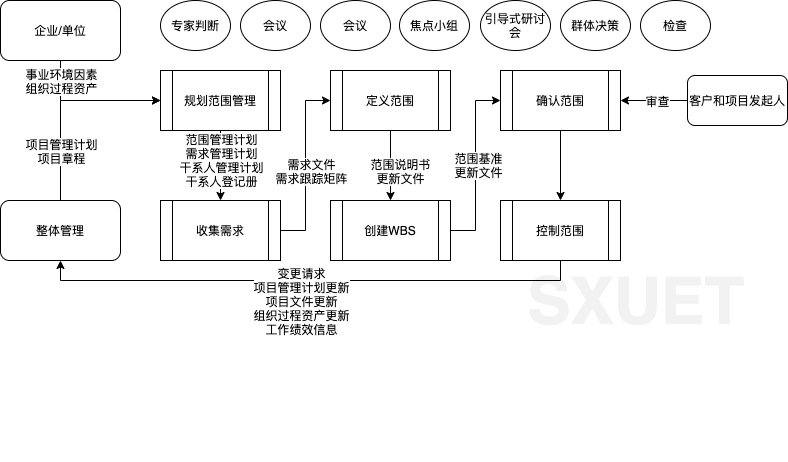
Above: 信息系统项目管理师/范围管理过程.png in 1065464173/draw-rep (draw.io), before the change. Source tidied: cells renumbered, new cells last; positions are measured from the earlier drawing's top-left corner, leaving out a move shared by most shapes. The source it was exported from:
```xml
<mxGraphModel>
  <root>
    <mxCell id="0" />
    <mxCell id="1" parent="0" />
    <mxCell id="2" value="&lt;h1 style=&quot;font-size: 65px&quot;&gt;&lt;font style=&quot;vertical-align: inherit ; font-size: 65px&quot;&gt;&lt;font style=&quot;vertical-align: inherit ; font-size: 65px&quot;&gt;&lt;b&gt;&lt;font style=&quot;vertical-align: inherit ; font-size: 65px&quot;&gt;&lt;font style=&quot;vertical-align: inherit ; font-size: 65px&quot;&gt;&lt;font style=&quot;vertical-align: inherit ; font-size: 65px&quot;&gt;&lt;font style=&quot;vertical-align: inherit ; font-size: 65px&quot;&gt;&lt;font style=&quot;vertical-align: inherit ; font-size: 65px&quot;&gt;&lt;font style=&quot;vertical-align: inherit ; font-size: 65px&quot;&gt;&lt;font style=&quot;vertical-align: inherit ; font-size: 65px&quot;&gt;&lt;font style=&quot;vertical-align: inherit ; font-size: 65px&quot; color=&quot;#f2f2f2&quot;&gt;SXUET&lt;/font&gt;&lt;/font&gt;&lt;/font&gt;&lt;/font&gt;&lt;/font&gt;&lt;/font&gt;&lt;/font&gt;&lt;/font&gt;&lt;/b&gt;&lt;/font&gt;&lt;/font&gt;&lt;/h1&gt;&lt;font style=&quot;vertical-align: inherit ; font-size: 65px&quot;&gt;&lt;font style=&quot;vertical-align: inherit ; font-size: 65px&quot;&gt;&lt;br&gt;&lt;/font&gt;&lt;/font&gt;" style="text;html=1;align=center;verticalAlign=middle;strokeColor=none;fillColor=none;rotation=0;rounded=0;" parent="1" vertex="1">
      <mxGeometry x="520" y="270" width="230" height="140" as="geometry" />
    </mxCell>
    <mxCell id="3" style="edgeStyle=orthogonalEdgeStyle;rounded=0;jettySize=auto;html=1;exitX=0.5;exitY=1;exitDx=0;exitDy=0;" parent="1" edge="1" source="5" target="8">
      <mxGeometry relative="1" as="geometry" />
    </mxCell>
    <mxCell id="4" value="范围管理计划&lt;br&gt;需求管理计划&lt;br&gt;干系人管理计划&lt;br&gt;干系人登记册" style="edgeLabel;html=1;align=center;verticalAlign=middle;" parent="3" vertex="1">
      <mxGeometry x="-0.17" y="3" relative="1" as="geometry">
        <mxPoint x="-3" as="offset" />
      </mxGeometry>
    </mxCell>
    <mxCell id="5" value="规划范围管理" style="shape=process;whiteSpace=wrap;html=1;backgroundOutline=1;" parent="1" vertex="1">
      <mxGeometry x="160" y="70" width="120" height="60" as="geometry" />
    </mxCell>
    <mxCell id="6" style="edgeStyle=orthogonalEdgeStyle;rounded=0;jettySize=auto;html=1;entryX=0;entryY=0.5;entryDx=0;entryDy=0;" parent="1" edge="1" source="8" target="11">
      <mxGeometry relative="1" as="geometry" />
    </mxCell>
    <mxCell id="7" value="需求文件&lt;br&gt;需求跟踪矩阵" style="edgeLabel;html=1;align=center;verticalAlign=middle;" parent="6" vertex="1">
      <mxGeometry x="-0.06" y="2" relative="1" as="geometry">
        <mxPoint x="7" as="offset" />
      </mxGeometry>
    </mxCell>
    <mxCell id="8" value="收集需求" style="shape=process;whiteSpace=wrap;html=1;backgroundOutline=1;" parent="1" vertex="1">
      <mxGeometry x="160" y="200" width="120" height="60" as="geometry" />
    </mxCell>
    <mxCell id="9" style="edgeStyle=orthogonalEdgeStyle;rounded=0;jettySize=auto;html=1;entryX=0.5;entryY=0;entryDx=0;entryDy=0;" parent="1" edge="1" source="11" target="14">
      <mxGeometry relative="1" as="geometry" />
    </mxCell>
    <mxCell id="10" value="范围说明书&lt;br&gt;更新文件" style="edgeLabel;html=1;align=center;verticalAlign=middle;" parent="9" vertex="1">
      <mxGeometry x="-0.29" y="-4" relative="1" as="geometry">
        <mxPoint x="13" y="15" as="offset" />
      </mxGeometry>
    </mxCell>
    <mxCell id="11" value="定义范围" style="shape=process;whiteSpace=wrap;html=1;backgroundOutline=1;" parent="1" vertex="1">
      <mxGeometry x="330" y="70" width="120" height="60" as="geometry" />
    </mxCell>
    <mxCell id="12" style="edgeStyle=orthogonalEdgeStyle;rounded=0;jettySize=auto;html=1;exitX=1;exitY=0.5;exitDx=0;exitDy=0;entryX=0;entryY=0.5;entryDx=0;entryDy=0;" parent="1" edge="1" source="14" target="19">
      <mxGeometry relative="1" as="geometry" />
    </mxCell>
    <mxCell id="13" value="范围基准&lt;br&gt;更新文件" style="edgeLabel;html=1;align=center;verticalAlign=middle;" parent="12" vertex="1">
      <mxGeometry x="0.01" y="-2" relative="1" as="geometry" />
    </mxCell>
    <mxCell id="14" value="创建WBS" style="shape=process;whiteSpace=wrap;html=1;backgroundOutline=1;" parent="1" vertex="1">
      <mxGeometry x="330" y="200" width="120" height="60" as="geometry" />
    </mxCell>
    <mxCell id="15" style="edgeStyle=orthogonalEdgeStyle;rounded=0;jettySize=auto;html=1;entryX=0.5;entryY=1;entryDx=0;entryDy=0;" parent="1" edge="1" source="17" target="22">
      <mxGeometry relative="1" as="geometry">
        <Array as="points">
          <mxPoint x="560" y="280" />
          <mxPoint x="60" y="280" />
        </Array>
      </mxGeometry>
    </mxCell>
    <mxCell id="16" value="变更请求&lt;br&gt;项目管理计划更新&lt;br&gt;项目文件更新&lt;br&gt;组织过程资产更新&lt;br&gt;工作绩效信息" style="edgeLabel;html=1;align=center;verticalAlign=middle;" parent="15" vertex="1">
      <mxGeometry x="-0.06" y="3" relative="1" as="geometry">
        <mxPoint x="-26" y="17" as="offset" />
      </mxGeometry>
    </mxCell>
    <mxCell id="17" value="控制范围" style="shape=process;whiteSpace=wrap;html=1;backgroundOutline=1;" parent="1" vertex="1">
      <mxGeometry x="500" y="200" width="120" height="60" as="geometry" />
    </mxCell>
    <mxCell id="18" style="edgeStyle=orthogonalEdgeStyle;rounded=0;jettySize=auto;html=1;entryX=0.5;entryY=0;entryDx=0;entryDy=0;" parent="1" edge="1" source="19" target="17">
      <mxGeometry relative="1" as="geometry" />
    </mxCell>
    <mxCell id="19" value="确认范围" style="shape=process;whiteSpace=wrap;html=1;backgroundOutline=1;" parent="1" vertex="1">
      <mxGeometry x="500" y="70" width="120" height="60" as="geometry" />
    </mxCell>
    <mxCell id="20" style="edgeStyle=orthogonalEdgeStyle;rounded=0;jettySize=auto;html=1;entryX=0;entryY=0.5;entryDx=0;entryDy=0;exitX=0.5;exitY=0;exitDx=0;exitDy=0;" parent="1" edge="1" source="22" target="5">
      <mxGeometry relative="1" as="geometry">
        <Array as="points">
          <mxPoint x="60" y="100" />
        </Array>
      </mxGeometry>
    </mxCell>
    <mxCell id="21" value="项目管理计划&lt;br&gt;项目章程" style="edgeLabel;html=1;align=center;verticalAlign=middle;" parent="20" vertex="1">
      <mxGeometry x="-0.67" y="1" relative="1" as="geometry">
        <mxPoint x="1" y="-17" as="offset" />
      </mxGeometry>
    </mxCell>
    <mxCell id="22" value="整体管理" style="rounded=1;whiteSpace=wrap;html=1;" parent="1" vertex="1">
      <mxGeometry y="200" width="120" height="60" as="geometry" />
    </mxCell>
    <mxCell id="23" style="edgeStyle=orthogonalEdgeStyle;rounded=0;jettySize=auto;html=1;entryX=0;entryY=0.5;entryDx=0;entryDy=0;" parent="1" edge="1" source="25" target="5">
      <mxGeometry relative="1" as="geometry">
        <Array as="points">
          <mxPoint x="60" y="100" />
        </Array>
      </mxGeometry>
    </mxCell>
    <mxCell id="24" value="事业环境因素&lt;br&gt;组织过程资产" style="edgeLabel;html=1;align=center;verticalAlign=middle;" parent="23" vertex="1">
      <mxGeometry x="-0.71" y="-2" relative="1" as="geometry">
        <mxPoint x="2" y="-1" as="offset" />
      </mxGeometry>
    </mxCell>
    <mxCell id="25" value="企业/单位" style="rounded=1;whiteSpace=wrap;html=1;" parent="1" vertex="1">
      <mxGeometry width="120" height="60" as="geometry" />
    </mxCell>
    <mxCell id="26" value="专家判断&lt;br&gt;" style="ellipse;whiteSpace=wrap;html=1;" parent="1" vertex="1">
      <mxGeometry x="160" width="70" height="50" as="geometry" />
    </mxCell>
    <mxCell id="27" value="会议" style="ellipse;whiteSpace=wrap;html=1;" parent="1" vertex="1">
      <mxGeometry x="240" width="70" height="50" as="geometry" />
    </mxCell>
    <mxCell id="28" value="会议" style="ellipse;whiteSpace=wrap;html=1;" parent="1" vertex="1">
      <mxGeometry x="320" width="70" height="50" as="geometry" />
    </mxCell>
    <mxCell id="29" value="焦点小组" style="ellipse;whiteSpace=wrap;html=1;" parent="1" vertex="1">
      <mxGeometry x="399" width="70" height="50" as="geometry" />
    </mxCell>
    <mxCell id="30" value="引导式研讨会" style="ellipse;whiteSpace=wrap;html=1;" parent="1" vertex="1">
      <mxGeometry x="480" width="70" height="50" as="geometry" />
    </mxCell>
    <mxCell id="31" value="群体决策" style="ellipse;whiteSpace=wrap;html=1;" parent="1" vertex="1">
      <mxGeometry x="560" width="70" height="50" as="geometry" />
    </mxCell>
    <mxCell id="32" value="检查" style="ellipse;whiteSpace=wrap;html=1;" parent="1" vertex="1">
      <mxGeometry x="640" width="70" height="50" as="geometry" />
    </mxCell>
    <mxCell id="33" style="edgeStyle=orthogonalEdgeStyle;rounded=0;jettySize=auto;html=1;entryX=1;entryY=0.5;entryDx=0;entryDy=0;" parent="1" edge="1" source="35" target="19">
      <mxGeometry relative="1" as="geometry" />
    </mxCell>
    <mxCell id="34" value="审查" style="edgeLabel;html=1;align=center;verticalAlign=middle;" parent="33" vertex="1">
      <mxGeometry x="-0.08" y="2" relative="1" as="geometry">
        <mxPoint y="-2" as="offset" />
      </mxGeometry>
    </mxCell>
    <mxCell id="35" value="客户和项目发起人" style="rounded=1;whiteSpace=wrap;html=1;" parent="1" vertex="1">
      <mxGeometry x="687" y="75" width="100" height="50" as="geometry" />
    </mxCell>
  </root>
</mxGraphModel>
```
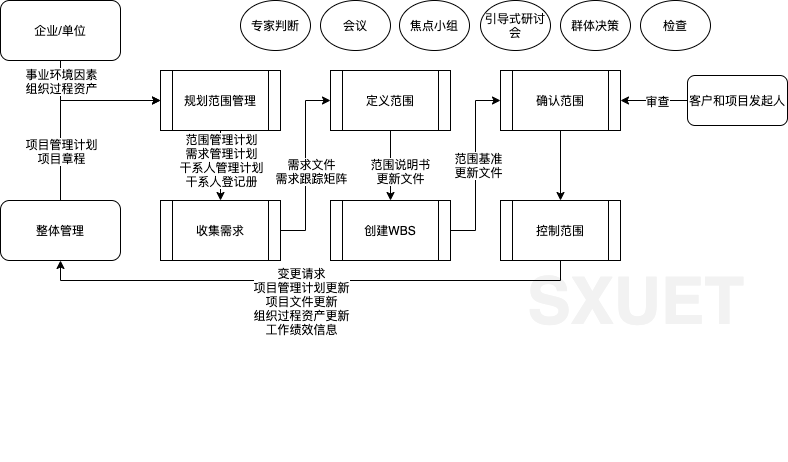
After the commit.

Commit message:
Update 范围管理过程.png

Change to the diagram source:
```diff
@@ -100,11 +100,8 @@
       <mxGeometry width="120" height="60" as="geometry" />
     </mxCell>
     <mxCell id="26" value="专家判断&lt;br&gt;" style="ellipse;whiteSpace=wrap;html=1;" parent="1" vertex="1">
-      <mxGeometry x="160" width="70" height="50" as="geometry" />
+      <mxGeometry x="240" width="70" height="50" as="geometry" />
     </mxCell>
-    <mxCell id="27" value="会议" style="ellipse;whiteSpace=wrap;html=1;" parent="1" vertex="1">
-      <mxGeometry x="240" width="70" height="50" as="geometry" />
-    </mxCell>
     <mxCell id="28" value="会议" style="ellipse;whiteSpace=wrap;html=1;" parent="1" vertex="1">
       <mxGeometry x="320" width="70" height="50" as="geometry" />
     </mxCell>
```
